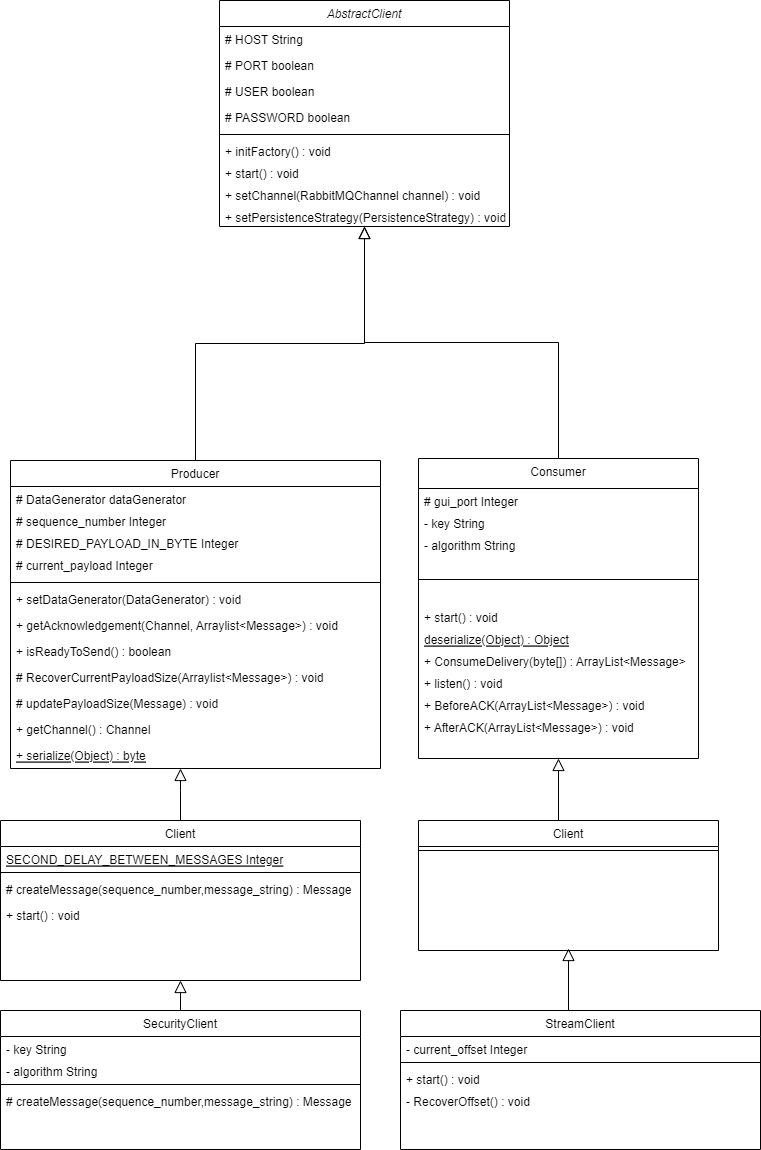
Above: Documentation/ProducerConsumer/UML_Producer_Consumer_Class_Diagram.png in amosproj/amos2022ss02-audit-chain (draw.io), before the change. Source tidied: cells renumbered, new cells last; positions are measured from the earlier drawing's top-left corner, leaving out a move shared by most shapes.
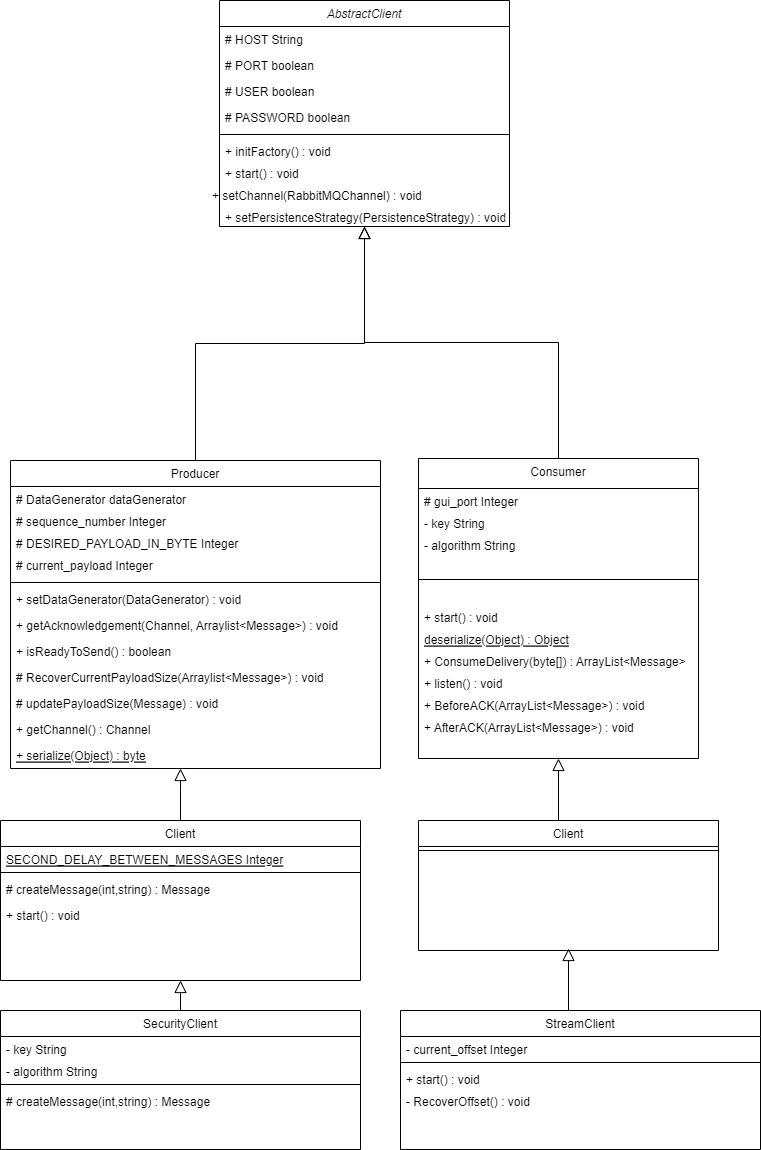
Later version of the same file.

Commit message:
removed mistake in UML Diagram (thanks for pointing that out Anastasia )

What changed in the source:
```diff
@@ -26,7 +26,7 @@
     <mxCell id="9" value="+ start() : void" style="text;align=left;verticalAlign=top;spacingLeft=4;spacingRight=4;overflow=hidden;" parent="2" vertex="1">
       <mxGeometry y="160" width="290" height="22" as="geometry" />
     </mxCell>
-    <mxCell id="10" value="+ setChannel(RabbitMQChannel channel) : void&#10;" style="text;align=left;verticalAlign=top;spacingLeft=4;spacingRight=4;overflow=hidden;" parent="2" vertex="1">
+    <mxCell id="10" value="+ setChannel(RabbitMQChannel) : void&#10;" style="text;align=left;verticalAlign=top;spacingLeft=4;spacingRight=4;overflow=hidden;" parent="2" vertex="1">
       <mxGeometry y="182" width="290" height="22" as="geometry" />
     </mxCell>
     <mxCell id="11" value="+ setPersistenceStrategy(PersistenceStrategy) : void&#10;" style="text;align=left;verticalAlign=top;spacingLeft=4;spacingRight=4;overflow=hidden;" parent="2" vertex="1">
@@ -119,7 +119,7 @@
     <mxCell id="40" style="line;html=1;strokeWidth=1;align=left;verticalAlign=middle;spacingTop=-1;spacingLeft=3;spacingRight=3;labelPosition=right;" parent="38" vertex="1">
       <mxGeometry y="48" width="360" height="8" as="geometry" />
     </mxCell>
-    <mxCell id="41" value="# createMessage(sequence_number,message_string) : Message" style="text;align=left;verticalAlign=top;spacingLeft=4;spacingRight=4;overflow=hidden;rounded=0;shadow=0;html=0;" parent="38" vertex="1">
+    <mxCell id="41" value="# createMessage(int,string) : Message" style="text;align=left;verticalAlign=top;spacingLeft=4;spacingRight=4;overflow=hidden;rounded=0;shadow=0;html=0;" parent="38" vertex="1">
       <mxGeometry y="56" width="360" height="26" as="geometry" />
     </mxCell>
     <mxCell id="42" value="+ start() : void" style="text;align=left;verticalAlign=top;spacingLeft=4;spacingRight=4;overflow=hidden;" parent="38" vertex="1">
@@ -137,7 +137,7 @@
     <mxCell id="46" style="line;html=1;strokeWidth=1;align=left;verticalAlign=middle;spacingTop=-1;spacingLeft=3;spacingRight=3;labelPosition=right;" parent="43" vertex="1">
       <mxGeometry y="70" width="360" height="8" as="geometry" />
     </mxCell>
-    <mxCell id="47" value="# createMessage(sequence_number,message_string) : Message" style="text;align=left;verticalAlign=top;spacingLeft=4;spacingRight=4;overflow=hidden;rounded=0;shadow=0;html=0;" parent="43" vertex="1">
+    <mxCell id="47" value="# createMessage(int,string) : Message" style="text;align=left;verticalAlign=top;spacingLeft=4;spacingRight=4;overflow=hidden;rounded=0;shadow=0;html=0;" parent="43" vertex="1">
       <mxGeometry y="78" width="360" height="26" as="geometry" />
     </mxCell>
     <mxCell id="48" style="endArrow=block;endSize=10;endFill=0;shadow=0;strokeWidth=1;rounded=0;edgeStyle=elbowEdgeStyle;elbow=vertical;exitX=0.5;exitY=0;exitDx=0;exitDy=0;entryX=0.5;entryY=1;entryDx=0;entryDy=0;" parent="1" edge="1" source="43" target="38">
```
